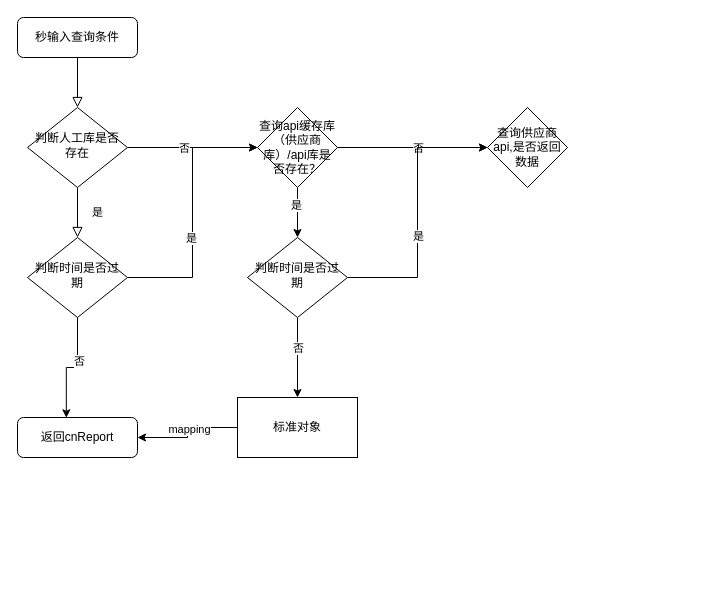
The draw.io diagram 流程图/大数据.drawio in lq460541033/draw_dev, before the edit. Source tidied: cells renumbered, new cells numbered last; positions are measured from the earlier drawing's top-left corner, leaving out a move shared by most shapes. Both pictures are drawn from the tidied source at 100%, with x=0, y=0 at pixel (17, 17).
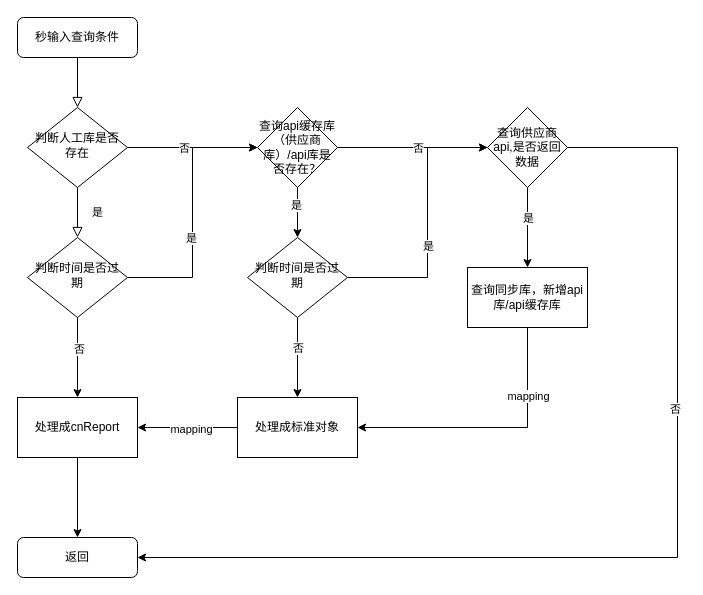
Above is the later version.

The change refers to these unchanged cells:
```xml
<mxCell id="12" value="判断时间是否过期" style="rhombus;whiteSpace=wrap;html=1;shadow=0;fontFamily=Helvetica;fontSize=12;align=center;strokeWidth=1;spacing=6;spacingTop=-4;" parent="1" vertex="1">
  <mxGeometry x="10" y="220" width="100" height="80" as="geometry" />
</mxCell>
<mxCell id="22" value="查询供应商api,是否返回数据" style="rhombus;whiteSpace=wrap;html=1;" parent="1" vertex="1">
  <mxGeometry x="470" y="90" width="80" height="80" as="geometry" />
</mxCell>
<mxCell id="27" value="判断时间是否过期" style="rhombus;whiteSpace=wrap;html=1;shadow=0;fontFamily=Helvetica;fontSize=12;align=center;strokeWidth=1;spacing=6;spacingTop=-4;" parent="1" vertex="1">
  <mxGeometry x="230" y="220" width="100" height="80" as="geometry" />
</mxCell>
```

Change to the diagram source:
```diff
@@
-    <mxCell id="8" style="edgeStyle=orthogonalEdgeStyle;rounded=0;jettySize=auto;html=1;entryX=0.407;entryY=0.007;entryDx=0;entryDy=0;entryPerimeter=0;" parent="1" edge="1" source="12" target="13">
+    <mxCell id="8" style="edgeStyle=orthogonalEdgeStyle;rounded=0;jettySize=auto;html=1;entryX=0.5;entryY=0;entryDx=0;entryDy=0;" parent="1" edge="1" source="12" target="36">
       <mxGeometry relative="1" as="geometry" />
     </mxCell>
@@
-    <mxCell id="13" value="返回cnReport" style="rounded=1;whiteSpace=wrap;html=1;fontSize=12;glass=0;strokeWidth=1;shadow=0;" parent="1" vertex="1">
-      <mxGeometry y="400" width="120" height="40" as="geometry" />
-    </mxCell>
+    <mxCell id="28" style="edgeStyle=orthogonalEdgeStyle;rounded=0;jettySize=auto;html=1;exitX=0.5;exitY=1;exitDx=0;exitDy=0;" parent="1" edge="1" source="36" target="35">
+      <mxGeometry relative="1" as="geometry" />
+    </mxCell>
@@
-    <mxCell id="19" style="edgeStyle=orthogonalEdgeStyle;rounded=0;jettySize=auto;html=1;entryX=1;entryY=0.5;entryDx=0;entryDy=0;" parent="1" edge="1" source="21" target="13">
-      <mxGeometry relative="1" as="geometry" />
+    <mxCell id="19" style="edgeStyle=orthogonalEdgeStyle;rounded=0;jettySize=auto;html=1;entryX=1;entryY=0.5;entryDx=0;entryDy=0;" parent="1" edge="1" source="21" target="36">
+      <mxGeometry relative="1" as="geometry">
+        <Array as="points">
+          <mxPoint x="130" y="410" />
+          <mxPoint x="130" y="410" />
+        </Array>
+      </mxGeometry>
     </mxCell>
@@
-    <mxCell id="21" value="标准对象" style="whiteSpace=wrap;html=1;" parent="1" vertex="1">
+    <mxCell id="21" value="处理成标准对象" style="whiteSpace=wrap;html=1;" parent="1" vertex="1">
       <mxGeometry x="220" y="380" width="120" height="60" as="geometry" />
     </mxCell>
+    <mxCell id="29" style="edgeStyle=orthogonalEdgeStyle;rounded=0;jettySize=auto;html=1;entryX=0.5;entryY=0;entryDx=0;entryDy=0;" parent="1" edge="1" source="22" target="37">
+      <mxGeometry relative="1" as="geometry" />
+    </mxCell>
+    <mxCell id="30" value="是" style="edgeLabel;html=1;align=center;verticalAlign=middle;" parent="29" vertex="1">
+      <mxGeometry x="-0.24" relative="1" as="geometry" />
+    </mxCell>
+    <mxCell id="31" style="edgeStyle=orthogonalEdgeStyle;rounded=0;jettySize=auto;html=1;entryX=1;entryY=0.5;entryDx=0;entryDy=0;" parent="1" edge="1" source="22" target="35">
+      <mxGeometry relative="1" as="geometry">
+        <Array as="points">
+          <mxPoint x="660" y="130" />
+          <mxPoint x="660" y="540" />
+        </Array>
+      </mxGeometry>
+    </mxCell>
+    <mxCell id="32" value="否" style="edgeLabel;html=1;align=center;verticalAlign=middle;" parent="31" vertex="1">
+      <mxGeometry x="-0.3" y="-3" relative="1" as="geometry" />
+    </mxCell>
@@
     <mxCell id="25" style="edgeStyle=orthogonalEdgeStyle;rounded=0;jettySize=auto;html=1;entryX=0;entryY=0.5;entryDx=0;entryDy=0;" parent="1" edge="1" source="27" target="22">
-      <mxGeometry relative="1" as="geometry" />
+      <mxGeometry relative="1" as="geometry">
+        <Array as="points">
+          <mxPoint x="410" y="260" />
+          <mxPoint x="410" y="130" />
+        </Array>
+      </mxGeometry>
     </mxCell>
@@
+    <mxCell id="33" style="edgeStyle=orthogonalEdgeStyle;rounded=0;jettySize=auto;html=1;entryX=1;entryY=0.5;entryDx=0;entryDy=0;exitX=0.5;exitY=1;exitDx=0;exitDy=0;" parent="1" edge="1" source="37" target="21">
+      <mxGeometry relative="1" as="geometry">
+        <Array as="points">
+          <mxPoint x="510" y="410" />
+        </Array>
+      </mxGeometry>
+    </mxCell>
+    <mxCell id="34" value="mapping" style="edgeLabel;html=1;align=center;verticalAlign=middle;" parent="33" vertex="1">
+      <mxGeometry x="-0.5" relative="1" as="geometry" />
+    </mxCell>
+    <mxCell id="35" value="返回" style="rounded=1;whiteSpace=wrap;html=1;fontSize=12;glass=0;strokeWidth=1;shadow=0;" parent="1" vertex="1">
+      <mxGeometry y="520" width="120" height="40" as="geometry" />
+    </mxCell>
+    <mxCell id="36" value="处理成cnReport" style="whiteSpace=wrap;html=1;" parent="1" vertex="1">
+      <mxGeometry y="380" width="120" height="60" as="geometry" />
+    </mxCell>
+    <mxCell id="37" value="&lt;span&gt;查询同步库，新增api库/api缓存库&lt;/span&gt;" style="rounded=0;whiteSpace=wrap;html=1;" parent="1" vertex="1">
+      <mxGeometry x="450" y="250" width="120" height="60" as="geometry" />
+    </mxCell>
```
